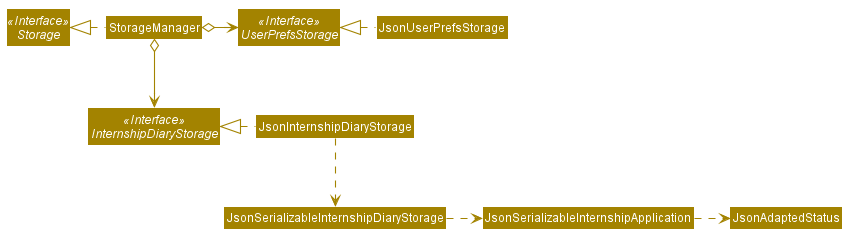
Above: images/StorageClassDiagram.png in AY1920S2-CS2103T-F10-2/main (PlantUML), before the change. Its diagram source:
```plantuml
@startuml








skinparam BackgroundColor #FFFFFFF

skinparam Shadowing false

skinparam Class {
    FontColor #FFFFFF
    BorderThickness 1
    BorderColor #FFFFFF
    StereotypeFontColor #FFFFFF
    FontName Arial
}

skinparam Actor {
    BorderColor #000000
    Color #000000
    FontName Arial
}

skinparam Sequence {
    MessageAlign center
    BoxFontSize 15
    BoxPadding 0
    BoxFontColor #FFFFFF
    FontName Arial
}

skinparam Participant {
    FontColor #FFFFFFF
    Padding 20
}

skinparam MinClassWidth 50
skinparam ParticipantPadding 10
skinparam Shadowing false
skinparam DefaultTextAlignment center
skinparam packageStyle Rectangle

hide footbox
hide members
hide circle
skinparam arrowThickness 1.1
skinparam arrowColor #A38300
skinparam classBackgroundColor #A38300

Interface Storage <<Interface>>
Interface UserPrefsStorage <<Interface>>
Interface InternshipDiaryStorage <<Interface>>

Class StorageManager
Class JsonUserPrefsStorage
Class JsonInternshipDiaryStorage

StorageManager .left.|> Storage
StorageManager o-right-> UserPrefsStorage
StorageManager o--> InternshipDiaryStorage

JsonUserPrefsStorage .left.|> UserPrefsStorage
JsonInternshipDiaryStorage .left.|> InternshipDiaryStorage
JsonInternshipDiaryStorage .down.> JsonSerializableInternshipDiaryStorage
JsonSerializableInternshipDiaryStorage .right.> JsonSerializableInternshipApplication
JsonSerializableInternshipApplication .right.> JsonAdaptedStatus
@enduml
```
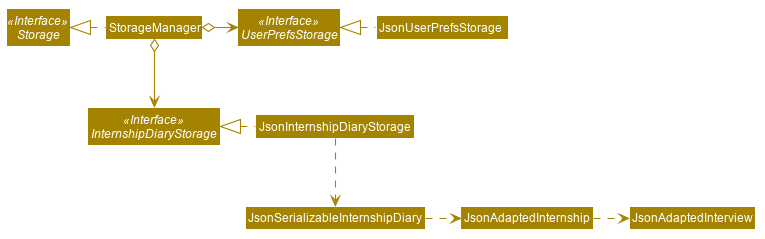
After the commit.

What changed in the source:
```diff
@@ -65,7 +65,7 @@
 
 JsonUserPrefsStorage .left.|> UserPrefsStorage
 JsonInternshipDiaryStorage .left.|> InternshipDiaryStorage
-JsonInternshipDiaryStorage .down.> JsonSerializableInternshipDiaryStorage
-JsonSerializableInternshipDiaryStorage .right.> JsonSerializableInternshipApplication
-JsonSerializableInternshipApplication .right.> JsonAdaptedStatus
+JsonInternshipDiaryStorage .down.> JsonSerializableInternshipDiary
+JsonSerializableInternshipDiary .right.> JsonAdaptedInternship
+JsonAdaptedInternship .right.> JsonAdaptedInterview
 @enduml
```
